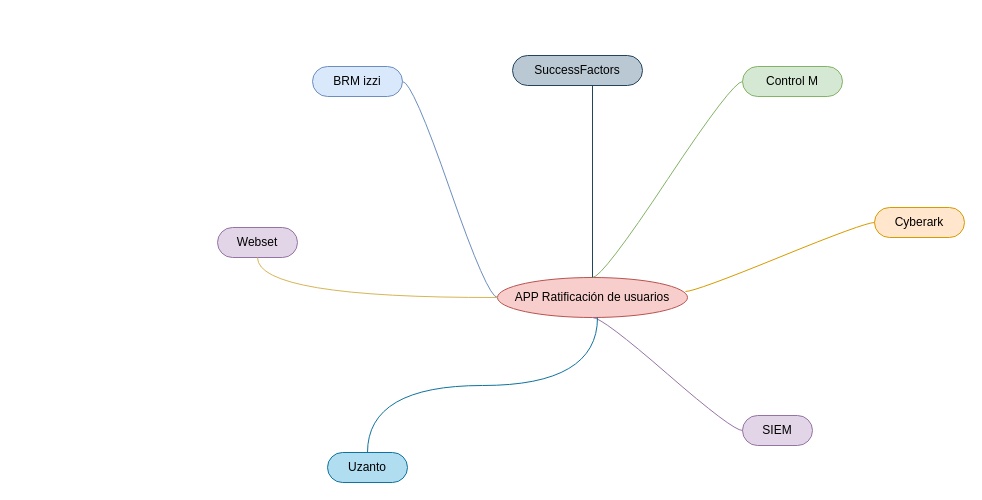
Before: AppOwnerInfo.drawio in escamilla79/myUtilall, a draw.io diagram. Source tidied: cells renumbered, new cells numbered last; positions are measured from the earlier drawing's top-left corner, leaving out a move shared by most shapes. Both pictures are drawn from the tidied source at 100%, with x=0, y=0 at pixel (217, 55).
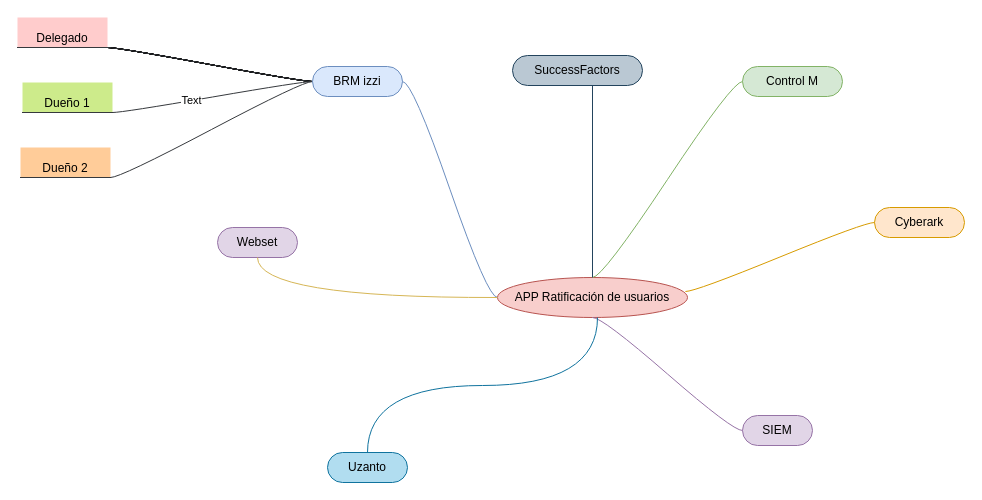
After the change.

Unchanged cells that the change refers to:
```xml
<mxCell id="7" value="BRM izzi" style="whiteSpace=wrap;html=1;rounded=1;arcSize=50;align=center;verticalAlign=middle;strokeWidth=1;spacing=4;newEdgeStyle={&quot;edgeStyle&quot;:&quot;entityRelationEdgeStyle&quot;,&quot;startArrow&quot;:&quot;none&quot;,&quot;endArrow&quot;:&quot;none&quot;,&quot;segment&quot;:10,&quot;curved&quot;:1,&quot;sourcePerimeterSpacing&quot;:0,&quot;targetPerimeterSpacing&quot;:0};fillColor=#dae8fc;strokeColor=#6c8ebf;" parent="1" vertex="1">
  <mxGeometry x="95" y="11" width="90" height="30" as="geometry" />
</mxCell>
```

Change to the diagram source:
```diff
@@
+    <mxCell id="17" style="edgeStyle=entityRelationEdgeStyle;rounded=0;jettySize=auto;html=1;startArrow=none;endArrow=none;segment=10;curved=1;sourcePerimeterSpacing=0;targetPerimeterSpacing=0;" parent="1" edge="1" source="7" target="26">
+      <mxGeometry relative="1" as="geometry" />
+    </mxCell>
+    <mxCell id="18" style="edgeStyle=entityRelationEdgeStyle;rounded=0;jettySize=auto;html=1;startArrow=none;endArrow=none;segment=10;curved=1;sourcePerimeterSpacing=0;targetPerimeterSpacing=0;" parent="1" edge="1" source="7" target="26">
+      <mxGeometry relative="1" as="geometry" />
+    </mxCell>
+    <mxCell id="19" style="edgeStyle=entityRelationEdgeStyle;rounded=0;jettySize=auto;html=1;startArrow=none;endArrow=none;segment=10;curved=1;sourcePerimeterSpacing=0;targetPerimeterSpacing=0;" parent="1" edge="1" source="7" target="26">
+      <mxGeometry relative="1" as="geometry" />
+    </mxCell>
+    <mxCell id="20" style="edgeStyle=entityRelationEdgeStyle;rounded=0;jettySize=auto;html=1;startArrow=none;endArrow=none;segment=10;curved=1;sourcePerimeterSpacing=0;targetPerimeterSpacing=0;" parent="1" edge="1" source="7" target="26">
+      <mxGeometry relative="1" as="geometry" />
+    </mxCell>
+    <mxCell id="21" style="edgeStyle=entityRelationEdgeStyle;rounded=0;jettySize=auto;html=1;startArrow=none;endArrow=none;segment=10;curved=1;sourcePerimeterSpacing=0;targetPerimeterSpacing=0;" parent="1" edge="1" source="7" target="26">
+      <mxGeometry relative="1" as="geometry" />
+    </mxCell>
+    <mxCell id="22" style="edgeStyle=entityRelationEdgeStyle;rounded=0;jettySize=auto;html=1;startArrow=none;endArrow=none;segment=10;curved=1;sourcePerimeterSpacing=0;targetPerimeterSpacing=0;" parent="1" edge="1" source="7" target="26">
+      <mxGeometry relative="1" as="geometry" />
+    </mxCell>
+    <mxCell id="23" style="edgeStyle=entityRelationEdgeStyle;rounded=0;jettySize=auto;html=1;startArrow=none;endArrow=none;segment=10;curved=1;sourcePerimeterSpacing=0;targetPerimeterSpacing=0;" parent="1" edge="1" source="7" target="26">
+      <mxGeometry relative="1" as="geometry" />
+    </mxCell>
+    <mxCell id="24" style="edgeStyle=entityRelationEdgeStyle;rounded=0;jettySize=auto;html=1;startArrow=none;endArrow=none;segment=10;curved=1;sourcePerimeterSpacing=0;targetPerimeterSpacing=0;" parent="1" edge="1" source="7" target="26">
+      <mxGeometry relative="1" as="geometry" />
+    </mxCell>
+    <mxCell id="25" style="edgeStyle=entityRelationEdgeStyle;rounded=0;jettySize=auto;html=1;startArrow=none;endArrow=none;segment=10;curved=1;sourcePerimeterSpacing=0;targetPerimeterSpacing=0;" parent="1" edge="1" source="7" target="26">
+      <mxGeometry relative="1" as="geometry" />
+    </mxCell>
+    <mxCell id="26" value="Delegado" style="whiteSpace=wrap;html=1;shape=partialRectangle;top=0;left=0;bottom=1;right=0;points=[[0,1],[1,1]];align=center;verticalAlign=bottom;routingCenterY=0.5;snapToPoint=1;newEdgeStyle={&quot;edgeStyle&quot;:&quot;entityRelationEdgeStyle&quot;,&quot;startArrow&quot;:&quot;none&quot;,&quot;endArrow&quot;:&quot;none&quot;,&quot;segment&quot;:10,&quot;curved&quot;:1,&quot;sourcePerimeterSpacing&quot;:0,&quot;targetPerimeterSpacing&quot;:0};flipH=0;flipV=0;fillColor=#ffcccc;strokeColor=#36393d;" parent="1" vertex="1">
+      <mxGeometry x="-200" y="-38" width="90" height="30" as="geometry" />
+    </mxCell>
+    <mxCell id="27" style="edgeStyle=entityRelationEdgeStyle;startArrow=none;endArrow=none;segment=10;curved=1;sourcePerimeterSpacing=0;targetPerimeterSpacing=0;rounded=0;exitX=0;exitY=0.5;exitDx=0;exitDy=0;fillColor=#cdeb8b;strokeColor=#36393d;" parent="1" edge="1" source="7" target="26">
+      <mxGeometry relative="1" as="geometry">
+        <Array as="points">
+          <mxPoint x="-95" y="40" />
+          <mxPoint x="-85" y="22" />
+        </Array>
+      </mxGeometry>
+    </mxCell>
+    <mxCell id="28" value="Dueño 2" style="whiteSpace=wrap;html=1;shape=partialRectangle;top=0;left=0;bottom=1;right=0;points=[[0,1],[1,1]];align=center;verticalAlign=bottom;routingCenterY=0.5;snapToPoint=1;newEdgeStyle={&quot;edgeStyle&quot;:&quot;entityRelationEdgeStyle&quot;,&quot;startArrow&quot;:&quot;none&quot;,&quot;endArrow&quot;:&quot;none&quot;,&quot;segment&quot;:10,&quot;curved&quot;:1,&quot;sourcePerimeterSpacing&quot;:0,&quot;targetPerimeterSpacing&quot;:0};flipH=0;flipV=0;fillColor=#ffcc99;strokeColor=#36393d;" parent="1" vertex="1">
+      <mxGeometry x="-197" y="92" width="90" height="30" as="geometry" />
+    </mxCell>
+    <mxCell id="29" style="edgeStyle=entityRelationEdgeStyle;startArrow=none;endArrow=none;segment=10;curved=1;sourcePerimeterSpacing=0;targetPerimeterSpacing=0;rounded=0;fillColor=#ffcccc;strokeColor=#36393d;" parent="1" edge="1" source="7" target="28">
+      <mxGeometry relative="1" as="geometry" />
+    </mxCell>
+    <mxCell id="30" value="Dueño 1" style="whiteSpace=wrap;html=1;shape=partialRectangle;top=0;left=0;bottom=1;right=0;points=[[0,1],[1,1]];align=center;verticalAlign=bottom;routingCenterY=0.5;snapToPoint=1;newEdgeStyle={&quot;edgeStyle&quot;:&quot;entityRelationEdgeStyle&quot;,&quot;startArrow&quot;:&quot;none&quot;,&quot;endArrow&quot;:&quot;none&quot;,&quot;segment&quot;:10,&quot;curved&quot;:1,&quot;sourcePerimeterSpacing&quot;:0,&quot;targetPerimeterSpacing&quot;:0};flipH=0;flipV=0;fillColor=#cdeb8b;strokeColor=#36393d;" parent="1" vertex="1">
+      <mxGeometry x="-195" y="27" width="90" height="30" as="geometry" />
+    </mxCell>
+    <mxCell id="31" style="edgeStyle=entityRelationEdgeStyle;startArrow=none;endArrow=none;segment=10;curved=1;sourcePerimeterSpacing=0;targetPerimeterSpacing=0;rounded=0;fillColor=#ffff88;strokeColor=#36393d;" parent="1" edge="1" source="7" target="30">
+      <mxGeometry relative="1" as="geometry" />
+    </mxCell>
+    <mxCell id="32" value="Text" style="edgeLabel;html=1;align=center;verticalAlign=middle;" parent="31" vertex="1">
+      <mxGeometry x="0.21" y="-1" relative="1" as="geometry" />
+    </mxCell>
```
